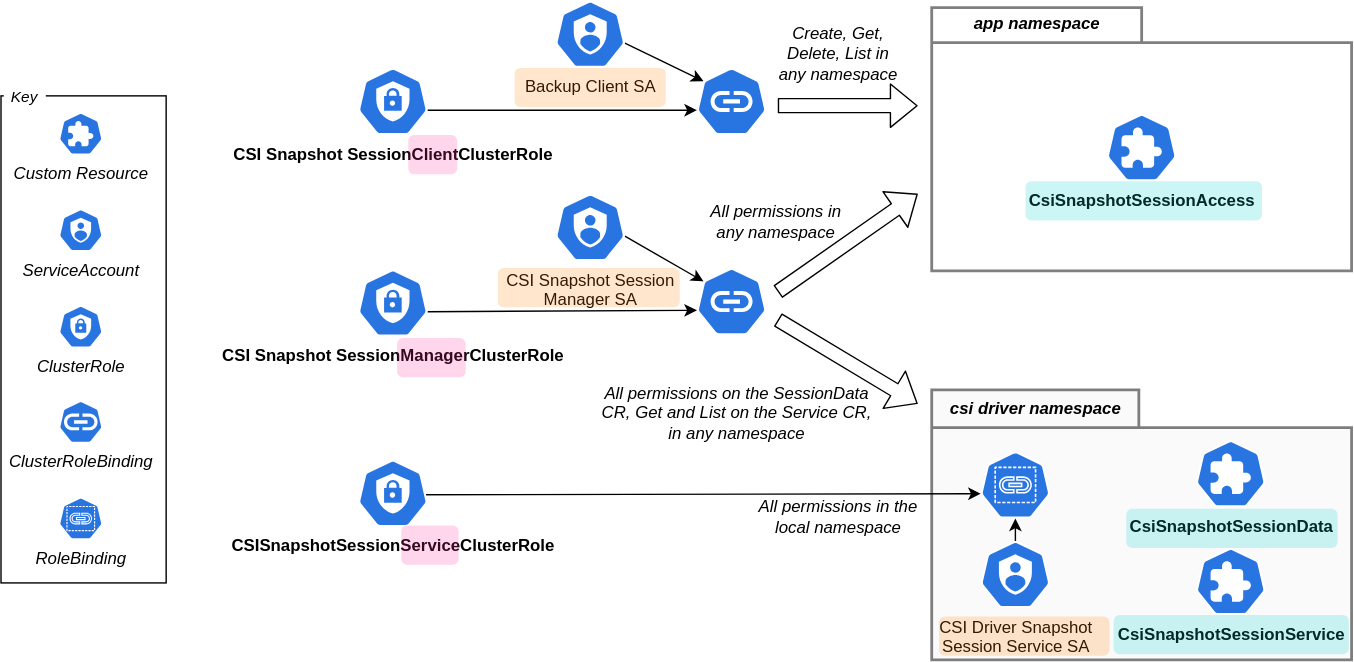
The draw.io diagram keps/sig-storage/3314-csi-changed-block-tracking/cbt-kep-multi-csi-roles.drawio.svg in kubernetes/enhancements, before a commit. Source tidied: cells renumbered, new cells last; positions are measured from the earlier drawing's top-left corner, leaving out a move shared by most shapes.
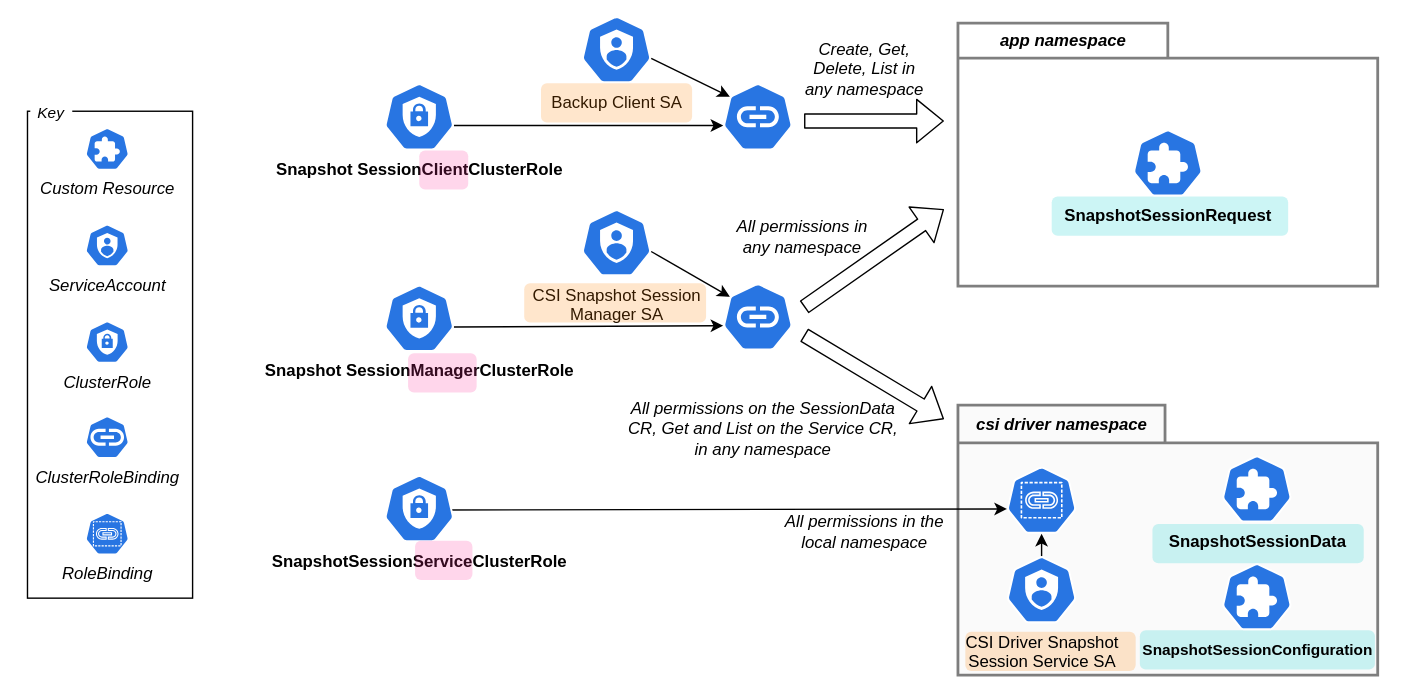
After the change.

Commit message:
Updated role figure.

Diff of the diagram source:
```diff
@@ -2,18 +2,30 @@
   <root>
     <mxCell id="0" />
     <mxCell id="1" parent="0" />
+    <mxCell id="50" style="rounded=0;whiteSpace=wrap;html=1;hachureGap=4;fontFamily=Architects Daughter;fontSource=https%3A%2F%2Ffonts.googleapis.com%2Fcss%3Ffamily%3DArchitects%2BDaughter;fontSize=11;fillStyle=solid;fillColor=#FFFFFF;strokeColor=none;" parent="1" vertex="1">
+      <mxGeometry x="-19" y="61" width="1000" height="495" as="geometry" />
+    </mxCell>
     <mxCell id="2" value="&lt;i style=&quot;&quot;&gt;&lt;font color=&quot;#000000&quot;&gt;csi driver namespace&lt;/font&gt;&lt;/i&gt;" style="shape=folder;fontStyle=1;tabWidth=148;tabHeight=27;tabPosition=left;html=1;boundedLbl=1;labelInHeader=1;labelBackgroundColor=none;fillColor=#f5f5f5;strokeColor=#000000;strokeWidth=2;fontColor=#333333;opacity=50;" parent="1" vertex="1">
       <mxGeometry x="665" y="350" width="300" height="193" as="geometry" />
     </mxCell>
+    <mxCell id="9" style="rounded=1;whiteSpace=wrap;html=1;sketch=0;hachureGap=4;jiggle=2;curveFitting=1;fontFamily=Helvetica;fontSize=11;fillColor=#FF8000;opacity=20;strokeColor=none;" parent="2" vertex="1">
+      <mxGeometry x="5.3" y="162" width="121.7" height="28" as="geometry" />
+    </mxCell>
+    <mxCell id="11" style="rounded=1;whiteSpace=wrap;html=1;sketch=0;hachureGap=4;jiggle=2;curveFitting=1;fontFamily=Helvetica;fontSize=11;fillColor=#00CCCC;opacity=20;strokeColor=none;" parent="2" vertex="1">
+      <mxGeometry x="130" y="161" width="168" height="28" as="geometry" />
+    </mxCell>
+    <mxCell id="10" style="rounded=1;whiteSpace=wrap;html=1;sketch=0;hachureGap=4;jiggle=2;curveFitting=1;fontFamily=Helvetica;fontSize=11;fillColor=#00CCCC;opacity=20;strokeColor=none;" parent="2" vertex="1">
+      <mxGeometry x="139" y="85" width="151" height="28" as="geometry" />
+    </mxCell>
     <mxCell id="3" style="html=1;strokeColor=none;fillColor=none;labelBackgroundColor=none;fontColor=#660033;" parent="2" vertex="1">
       <mxGeometry width="300" height="126.74" relative="1" as="geometry">
         <mxPoint y="30" as="offset" />
       </mxGeometry>
     </mxCell>
-    <mxCell id="4" value="&lt;b&gt;CsiSnapshotSessionData&lt;/b&gt;" style="sketch=0;html=1;dashed=0;whitespace=wrap;fillColor=#2875E2;strokeColor=#ffffff;verticalLabelPosition=bottom;align=center;verticalAlign=top;shape=mxgraph.kubernetes.icon;prIcon=crd;fontColor=#000000;" parent="2" vertex="1">
+    <mxCell id="4" value="&lt;b&gt;SnapshotSessionData&lt;/b&gt;" style="sketch=0;html=1;dashed=0;whitespace=wrap;fillColor=#2875E2;strokeColor=#ffffff;verticalLabelPosition=bottom;align=center;verticalAlign=top;shape=mxgraph.kubernetes.icon;prIcon=crd;fontColor=#000000;" parent="2" vertex="1">
       <mxGeometry x="186.9" y="36" width="53.6" height="48" as="geometry" />
     </mxCell>
-    <mxCell id="5" value="&lt;b&gt;CsiSnapshotSessionService&lt;/b&gt;" style="sketch=0;html=1;dashed=0;whitespace=wrap;fillColor=#2875E2;strokeColor=#ffffff;verticalLabelPosition=bottom;align=center;verticalAlign=top;shape=mxgraph.kubernetes.icon;prIcon=crd;fontColor=#000000;" parent="2" vertex="1">
+    <mxCell id="5" value="&lt;b&gt;&lt;font style=&quot;font-size: 11px;&quot;&gt;SnapshotSessionConfiguration&lt;/font&gt;&lt;/b&gt;" style="sketch=0;html=1;dashed=0;whitespace=wrap;fillColor=#2875E2;strokeColor=#ffffff;verticalLabelPosition=bottom;align=center;verticalAlign=top;shape=mxgraph.kubernetes.icon;prIcon=crd;fontColor=#000000;" parent="2" vertex="1">
       <mxGeometry x="186.9" y="113" width="53.6" height="48" as="geometry" />
     </mxCell>
     <mxCell id="6" style="sketch=0;html=1;dashed=0;whitespace=wrap;fillColor=#2875E2;strokeColor=#ffffff;points=[[0.005,0.63,0],[0.1,0.2,0],[0.9,0.2,0],[0.5,0,0],[0.995,0.63,0],[0.72,0.99,0],[0.5,1,0],[0.28,0.99,0]];verticalLabelPosition=bottom;align=center;verticalAlign=top;shape=mxgraph.kubernetes.icon;prIcon=rb;" parent="2" vertex="1">
@@ -25,42 +37,33 @@
     <mxCell id="8" value="CSI Driver Snapshot&lt;br&gt;Session Service SA" style="sketch=0;html=1;dashed=0;whitespace=wrap;fillColor=#2875E2;strokeColor=#ffffff;points=[[0.005,0.63,0],[0.1,0.2,0],[0.9,0.2,0],[0.5,0,0],[0.995,0.63,0],[0.72,0.99,0],[0.5,1,0],[0.28,0.99,0]];verticalLabelPosition=bottom;align=center;verticalAlign=top;shape=mxgraph.kubernetes.icon;prIcon=sa;" parent="2" vertex="1">
       <mxGeometry x="33" y="108" width="53.6" height="48" as="geometry" />
     </mxCell>
-    <mxCell id="9" style="rounded=1;whiteSpace=wrap;html=1;sketch=0;hachureGap=4;jiggle=2;curveFitting=1;fontFamily=Helvetica;fontSize=11;fillColor=#FF8000;opacity=20;strokeColor=none;" parent="2" vertex="1">
-      <mxGeometry x="5.3" y="162" width="121.7" height="28" as="geometry" />
-    </mxCell>
-    <mxCell id="10" style="rounded=1;whiteSpace=wrap;html=1;sketch=0;hachureGap=4;jiggle=2;curveFitting=1;fontFamily=Helvetica;fontSize=11;fillColor=#00CCCC;opacity=20;strokeColor=none;" parent="2" vertex="1">
-      <mxGeometry x="139" y="85" width="151" height="28" as="geometry" />
-    </mxCell>
-    <mxCell id="11" style="rounded=1;whiteSpace=wrap;html=1;sketch=0;hachureGap=4;jiggle=2;curveFitting=1;fontFamily=Helvetica;fontSize=11;fillColor=#00CCCC;opacity=20;strokeColor=none;" parent="2" vertex="1">
-      <mxGeometry x="130" y="161" width="168" height="28" as="geometry" />
-    </mxCell>
     <mxCell id="12" value="&lt;i style=&quot;&quot;&gt;app namespace&lt;/i&gt;" style="shape=folder;fontStyle=1;tabWidth=150;tabHeight=25;tabPosition=left;html=1;boundedLbl=1;labelInHeader=1;labelBackgroundColor=none;fillColor=#FFFFFF;strokeColor=#000000;strokeWidth=2;opacity=50;" parent="1" vertex="1">
       <mxGeometry x="665" y="77" width="300" height="188" as="geometry" />
     </mxCell>
+    <mxCell id="15" style="rounded=1;whiteSpace=wrap;html=1;sketch=0;hachureGap=4;jiggle=2;curveFitting=1;fontFamily=Helvetica;fontSize=11;fillColor=#00CCCC;opacity=20;strokeColor=none;fontStyle=1;" parent="12" vertex="1">
+      <mxGeometry x="67" y="124" width="169" height="28" as="geometry" />
+    </mxCell>
     <mxCell id="13" style="html=1;strokeColor=none;fillColor=none;labelBackgroundColor=none;fontColor=#660033;" parent="12" vertex="1">
       <mxGeometry width="300" height="125.41" relative="1" as="geometry">
         <mxPoint y="30" as="offset" />
       </mxGeometry>
     </mxCell>
-    <mxCell id="14" value="&lt;b&gt;CsiSnapshotSessionAccess&lt;/b&gt;" style="sketch=0;html=1;dashed=0;whitespace=wrap;fillColor=#2875E2;strokeColor=#ffffff;verticalLabelPosition=bottom;align=center;verticalAlign=top;shape=mxgraph.kubernetes.icon;prIcon=crd;fontColor=#000000;" parent="12" vertex="1">
+    <mxCell id="14" value="&lt;b&gt;SnapshotSessionRequest&lt;/b&gt;" style="sketch=0;html=1;dashed=0;whitespace=wrap;fillColor=#2875E2;strokeColor=#ffffff;verticalLabelPosition=bottom;align=center;verticalAlign=top;shape=mxgraph.kubernetes.icon;prIcon=crd;fontColor=#000000;" parent="12" vertex="1">
       <mxGeometry x="123.2" y="76" width="53.6" height="48" as="geometry" />
     </mxCell>
-    <mxCell id="15" style="rounded=1;whiteSpace=wrap;html=1;sketch=0;hachureGap=4;jiggle=2;curveFitting=1;fontFamily=Helvetica;fontSize=11;fillColor=#00CCCC;opacity=20;strokeColor=none;fontStyle=1;" parent="12" vertex="1">
-      <mxGeometry x="67" y="124" width="169" height="28" as="geometry" />
-    </mxCell>
     <mxCell id="16" style="edgeStyle=none;html=1;exitX=0.78;exitY=0.521;exitDx=0;exitDy=0;exitPerimeter=0;fontColor=#990000;entryX=0.005;entryY=0.63;entryDx=0;entryDy=0;entryPerimeter=0;" parent="1" edge="1" source="29" target="6">
       <mxGeometry relative="1" as="geometry" />
     </mxCell>
     <mxCell id="17" style="edgeStyle=none;html=1;exitX=0.995;exitY=0.63;exitDx=0;exitDy=0;exitPerimeter=0;entryX=0.005;entryY=0.63;entryDx=0;entryDy=0;entryPerimeter=0;fontColor=#990000;" parent="1" edge="1" source="18" target="24">
       <mxGeometry relative="1" as="geometry" />
     </mxCell>
-    <mxCell id="18" value="&lt;b&gt;CSI&lt;/b&gt;&lt;b style=&quot;border-color: var(--border-color);&quot;&gt;Snapshot&lt;/b&gt;&lt;b&gt;SessionManagerClusterRole&lt;/b&gt;" style="sketch=0;html=1;dashed=0;whitespace=wrap;fillColor=#2875E2;strokeColor=#ffffff;points=[[0.005,0.63,0],[0.1,0.2,0],[0.9,0.2,0],[0.5,0,0],[0.995,0.63,0],[0.72,0.99,0],[0.5,1,0],[0.28,0.99,0]];verticalLabelPosition=bottom;align=center;verticalAlign=top;shape=mxgraph.kubernetes.icon;prIcon=c_role;" parent="1" vertex="1">
+    <mxCell id="18" value="&lt;b style=&quot;border-color: var(--border-color);&quot;&gt;Snapshot&lt;/b&gt;&lt;b&gt;SessionManagerClusterRole&lt;/b&gt;" style="sketch=0;html=1;dashed=0;whitespace=wrap;fillColor=#2875E2;strokeColor=#ffffff;points=[[0.005,0.63,0],[0.1,0.2,0],[0.9,0.2,0],[0.5,0,0],[0.995,0.63,0],[0.72,0.99,0],[0.5,1,0],[0.28,0.99,0]];verticalLabelPosition=bottom;align=center;verticalAlign=top;shape=mxgraph.kubernetes.icon;prIcon=c_role;" parent="1" vertex="1">
       <mxGeometry x="255" y="264" width="50" height="48" as="geometry" />
     </mxCell>
     <mxCell id="19" style="edgeStyle=none;html=1;exitX=0.995;exitY=0.63;exitDx=0;exitDy=0;exitPerimeter=0;entryX=0.005;entryY=0.63;entryDx=0;entryDy=0;entryPerimeter=0;fontColor=#990000;" parent="1" edge="1" source="20" target="27">
       <mxGeometry relative="1" as="geometry" />
     </mxCell>
-    <mxCell id="20" value="&lt;b&gt;CSI&lt;/b&gt;&lt;b style=&quot;border-color: var(--border-color);&quot;&gt;Snapshot&lt;/b&gt;&lt;b&gt;SessionClientClusterRole&lt;/b&gt;" style="sketch=0;html=1;dashed=0;whitespace=wrap;fillColor=#2875E2;strokeColor=#ffffff;points=[[0.005,0.63,0],[0.1,0.2,0],[0.9,0.2,0],[0.5,0,0],[0.995,0.63,0],[0.72,0.99,0],[0.5,1,0],[0.28,0.99,0]];verticalLabelPosition=bottom;align=center;verticalAlign=top;shape=mxgraph.kubernetes.icon;prIcon=c_role;" parent="1" vertex="1">
+    <mxCell id="20" value="&lt;b style=&quot;border-color: var(--border-color);&quot;&gt;Snapshot&lt;/b&gt;&lt;b&gt;SessionClientClusterRole&lt;/b&gt;" style="sketch=0;html=1;dashed=0;whitespace=wrap;fillColor=#2875E2;strokeColor=#ffffff;points=[[0.005,0.63,0],[0.1,0.2,0],[0.9,0.2,0],[0.5,0,0],[0.995,0.63,0],[0.72,0.99,0],[0.5,1,0],[0.28,0.99,0]];verticalLabelPosition=bottom;align=center;verticalAlign=top;shape=mxgraph.kubernetes.icon;prIcon=c_role;" parent="1" vertex="1">
       <mxGeometry x="255" y="120" width="50" height="48" as="geometry" />
     </mxCell>
     <mxCell id="21" style="edgeStyle=none;html=1;exitX=0.995;exitY=0.63;exitDx=0;exitDy=0;exitPerimeter=0;entryX=0.005;entryY=0.63;entryDx=0;entryDy=0;entryPerimeter=0;fontColor=#000000;" parent="1" edge="1">
@@ -91,7 +94,7 @@
         <mxPoint x="505" y="-0.4" as="targetPoint" />
       </mxGeometry>
     </mxCell>
-    <mxCell id="29" value="&lt;b style=&quot;border-color: var(--border-color);&quot;&gt;CSISnapshotSessionServiceClusterRole&lt;/b&gt;" style="sketch=0;html=1;dashed=0;whitespace=wrap;fillColor=#2875E2;strokeColor=#ffffff;points=[[0.005,0.63,0],[0.1,0.2,0],[0.9,0.2,0],[0.5,0,0],[0.995,0.63,0],[0.72,0.99,0],[0.5,1,0],[0.28,0.99,0]];verticalLabelPosition=bottom;align=center;verticalAlign=top;shape=mxgraph.kubernetes.icon;prIcon=c_role;" parent="1" vertex="1">
+    <mxCell id="29" value="&lt;b style=&quot;border-color: var(--border-color);&quot;&gt;SnapshotSessionServiceClusterRole&lt;/b&gt;" style="sketch=0;html=1;dashed=0;whitespace=wrap;fillColor=#2875E2;strokeColor=#ffffff;points=[[0.005,0.63,0],[0.1,0.2,0],[0.9,0.2,0],[0.5,0,0],[0.995,0.63,0],[0.72,0.99,0],[0.5,1,0],[0.28,0.99,0]];verticalLabelPosition=bottom;align=center;verticalAlign=top;shape=mxgraph.kubernetes.icon;prIcon=c_role;" parent="1" vertex="1">
       <mxGeometry x="255" y="400" width="50" height="48" as="geometry" />
     </mxCell>
     <mxCell id="30" style="endArrow=classic;html=1;rounded=1;hachureGap=4;fontFamily=Architects Daughter;fontSource=https%3A%2F%2Ffonts.googleapis.com%2Fcss%3Ffamily%3DArchitects%2BDaughter;fontSize=16;shape=flexArrow;" parent="1" edge="1">
@@ -128,13 +131,13 @@
       <mxGeometry x="355" y="263" width="130" height="28" as="geometry" />
     </mxCell>
     <mxCell id="38" style="rounded=1;whiteSpace=wrap;html=1;sketch=0;hachureGap=4;jiggle=2;curveFitting=1;fontFamily=Helvetica;fontSize=11;fillColor=#FF3399;opacity=20;strokeColor=none;" parent="1" vertex="1">
-      <mxGeometry x="286" y="447" width="41" height="28" as="geometry" />
+      <mxGeometry x="277" y="447" width="41" height="28" as="geometry" />
     </mxCell>
     <mxCell id="39" style="rounded=1;whiteSpace=wrap;html=1;sketch=0;hachureGap=4;jiggle=2;curveFitting=1;fontFamily=Helvetica;fontSize=11;fillColor=#FF3399;opacity=20;strokeColor=none;" parent="1" vertex="1">
-      <mxGeometry x="283" y="313" width="49" height="28" as="geometry" />
+      <mxGeometry x="272" y="313" width="49" height="28" as="geometry" />
     </mxCell>
     <mxCell id="40" style="rounded=1;whiteSpace=wrap;html=1;sketch=0;hachureGap=4;jiggle=2;curveFitting=1;fontFamily=Helvetica;fontSize=11;fillColor=#FF3399;opacity=20;strokeColor=none;" parent="1" vertex="1">
-      <mxGeometry x="291" y="168" width="35" height="28" as="geometry" />
+      <mxGeometry x="280" y="168" width="35" height="28" as="geometry" />
     </mxCell>
     <mxCell id="41" style="group;" parent="1" vertex="1">
       <mxGeometry y="122" width="118" height="366" as="geometry" />
```
